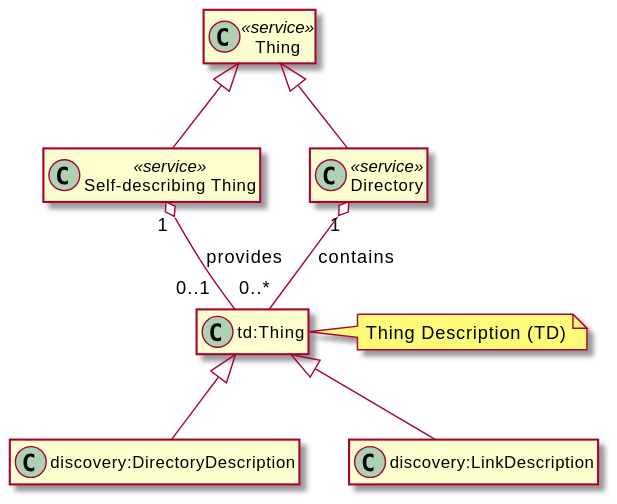
Before: images/exploration-class-diagram.svg, a diagram exported from PlantUML (w3c/wot-discovery).
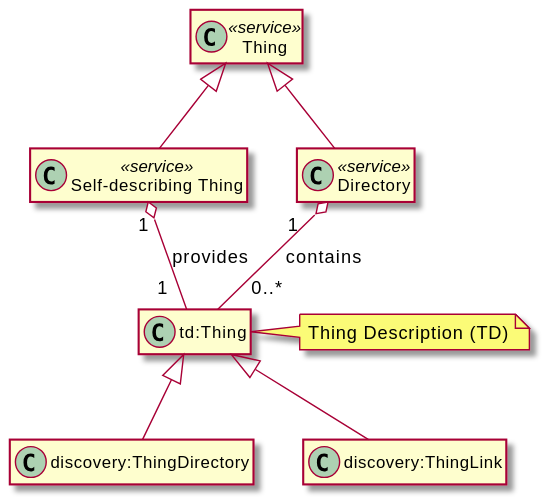
The same diagram one commit later.

Commit message:
Update exploration figure

What changed in the source:
```diff
@@ -11,17 +11,17 @@
 class TD as "td:Thing"
 note right: Thing Description (TD)
 together {
-    class DD as "discovery:DirectoryDescription"
+    class ThingDirectory as "discovery:ThingDirectory"
 
-    class LD as "discovery:LinkDescription"
+    class ThingLink as "discovery:ThingLink"
 }
 
 Thing <|-- SelfDesc
 Thing <|-- Directory
-SelfDesc "1" o-- "0..1  " TD: provides
-TD <|-- DD
-TD <|-- LD
-Directory "1" o-- "0..*" TD: contains
+SelfDesc "1" o-- "1  " TD: provides
+TD <|-- ThingDirectory
+TD <|-- ThingLink
+Directory "1   " o-- "   0..*" TD: contains
 
 
 @enduml
```
